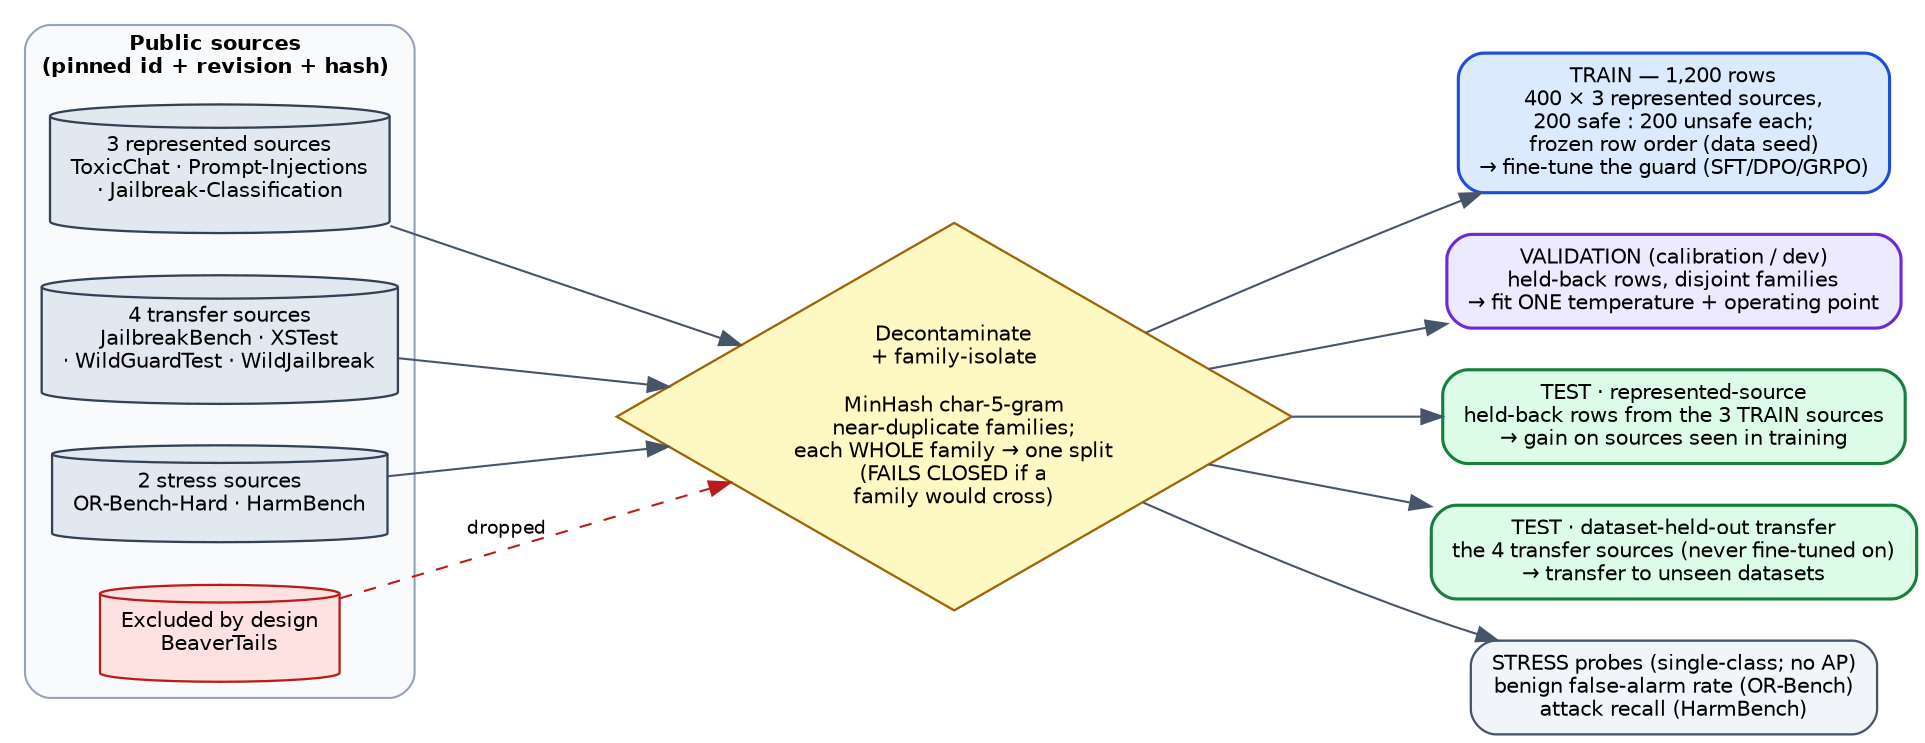
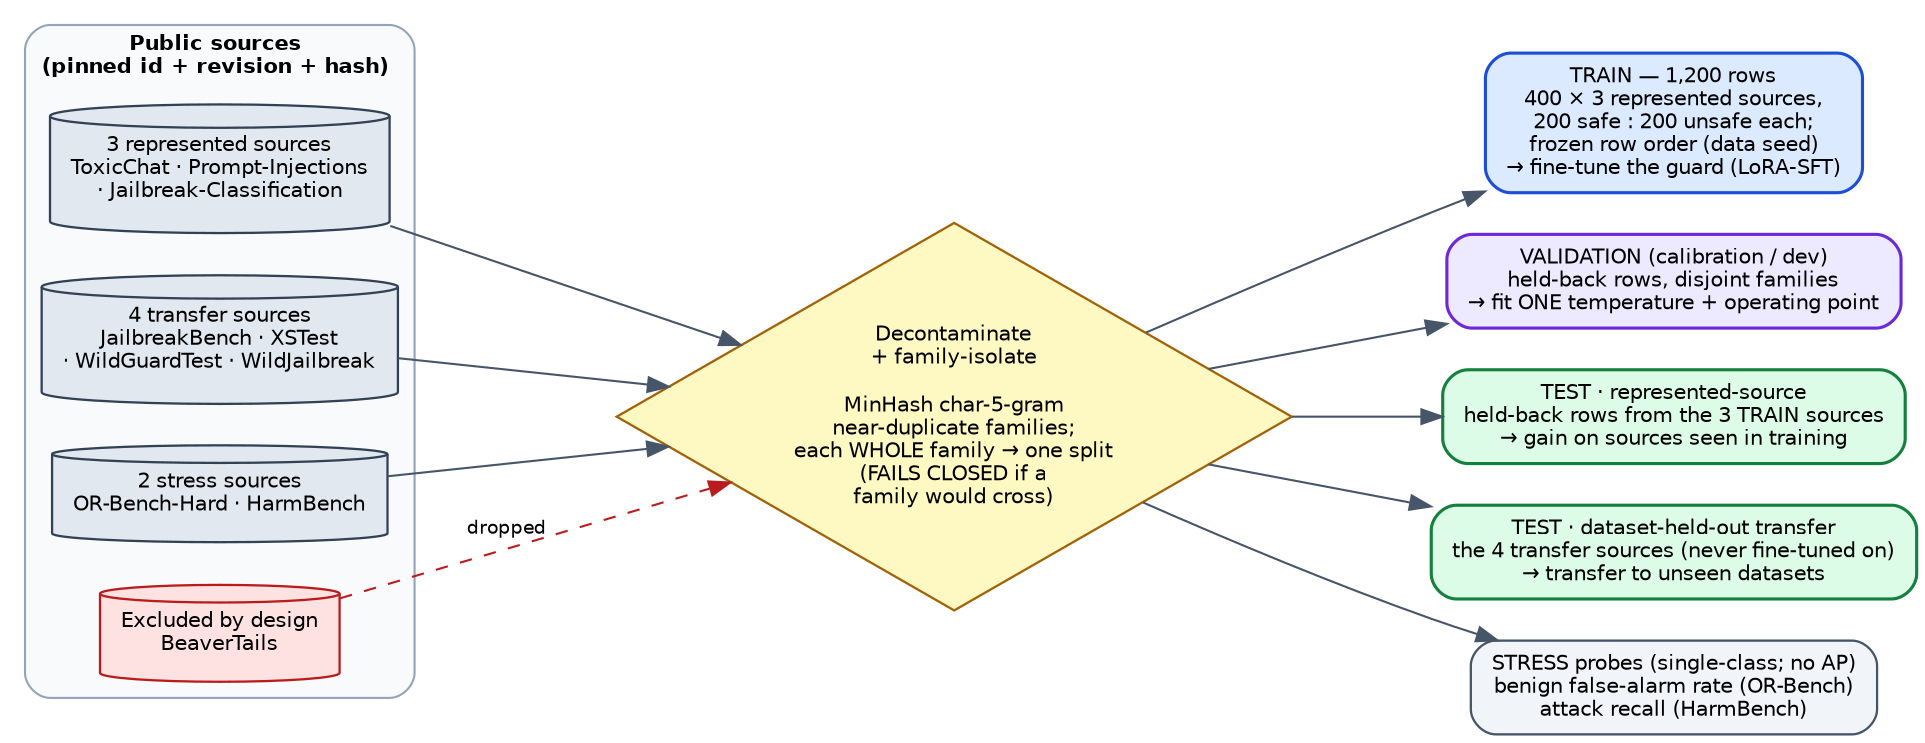
// Unified report — how the training, validation (calibration), and test sets are built.
// Render: dot -Tpng -Gdpi=150 data_splits.dot -o data_splits.png
digraph data_splits {
  rankdir=LR;
  graph [fontname="Helvetica", fontsize=11, nodesep=0.28, ranksep=0.9, bgcolor="white"];
  node  [fontname="Helvetica", fontsize=10, shape=box, style="rounded,filled",
         fillcolor="#eef2ff", color="#334155", penwidth=1.1, margin="0.14,0.09"];
  edge  [fontname="Helvetica", fontsize=9, color="#475569"];

  // ---- public source datasets (cylinders), pinned by id+revision+hash ----
  subgraph cluster_src {
    label="Public sources\n(pinned id + revision + hash)";
    labeljust=l; labelloc=t; fontname="Helvetica-Bold"; fontsize=10;
    color="#94a3b8"; style="rounded,filled"; fillcolor="#f8fafc";
    rep [label="3 represented sources\nToxicChat · Prompt-Injections\n· Jailbreak-Classification", shape=cylinder, fillcolor="#e2e8f0"];
    tr  [label="4 transfer sources\nJailbreakBench · XSTest\n· WildGuardTest · WildJailbreak", shape=cylinder, fillcolor="#e2e8f0"];
    st  [label="2 stress sources\nOR-Bench-Hard · HarmBench", shape=cylinder, fillcolor="#e2e8f0"];
    ex  [label="Excluded by design\nBeaverTails", shape=cylinder, fillcolor="#fee2e2", color="#b91c1c"];
  }

  // ---- decontamination / family-isolation gate ----
  decon [label="Decontaminate\n+ family-isolate\n\nMinHash char-5-gram\nnear-duplicate families;\neach WHOLE family → one split\n(FAILS CLOSED if a\nfamily would cross)",
         shape=diamond, style=filled, fillcolor="#fef9c3", color="#a16207", margin="0.05,0.03"];

  // ---- the carved sets (stacked on the right) ----
-   train   [label="TRAIN — 1,200 rows\n400 × 3 represented sources,\n200 safe : 200 unsafe each;\nfrozen row order (data seed)\n→ fine-tune the guard (SFT/DPO/GRPO)",
+   train   [label="TRAIN — 1,200 rows\n400 × 3 represented sources,\n200 safe : 200 unsafe each;\nfrozen row order (data seed)\n→ fine-tune the guard (LoRA-SFT)",
           fillcolor="#dbeafe", color="#1d4ed8", penwidth=1.5];
  calib   [label="VALIDATION (calibration / dev)\nheld-back rows, disjoint families\n→ fit ONE temperature + operating point",
           fillcolor="#ede9fe", color="#6d28d9", penwidth=1.5];
  reptest [label="TEST · represented-source\nheld-back rows from the 3 TRAIN sources\n→ gain on sources seen in training",
           fillcolor="#dcfce7", color="#15803d", penwidth=1.5];
  trtest  [label="TEST · dataset-held-out transfer\nthe 4 transfer sources (never fine-tuned on)\n→ transfer to unseen datasets",
           fillcolor="#dcfce7", color="#15803d", penwidth=1.5];
  sttest  [label="STRESS probes (single-class; no AP)\nbenign false-alarm rate (OR-Bench)\nattack recall (HarmBench)",
           fillcolor="#f1f5f9", color="#475569"];

  rep -> decon;
  tr  -> decon;
  st  -> decon;
  ex  -> decon [style=dashed, color="#b91c1c", label="dropped"];

  decon -> train;
  decon -> calib;
  decon -> reptest;
  decon -> trtest;
  decon -> sttest;
}
